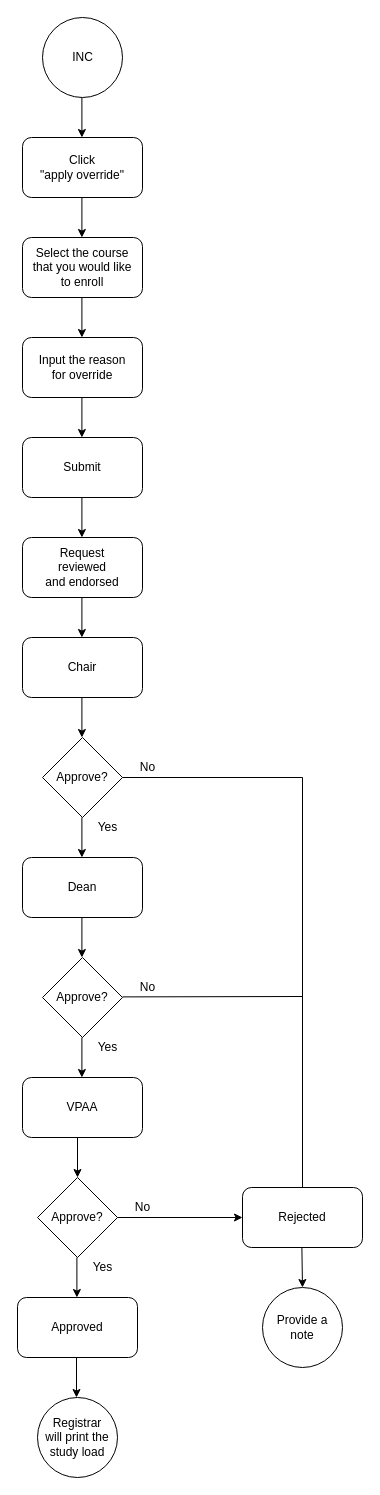
Earlier version of the draw.io diagram Untitled Diagram.drawio (marfapepito/AudiBook). Source tidied: cells renumbered, new cells numbered last; positions are measured from the earlier drawing's top-left corner, leaving out a move shared by most shapes. Both pictures are drawn from the tidied source at 100%, with x=0, y=0 at pixel (17, 17).
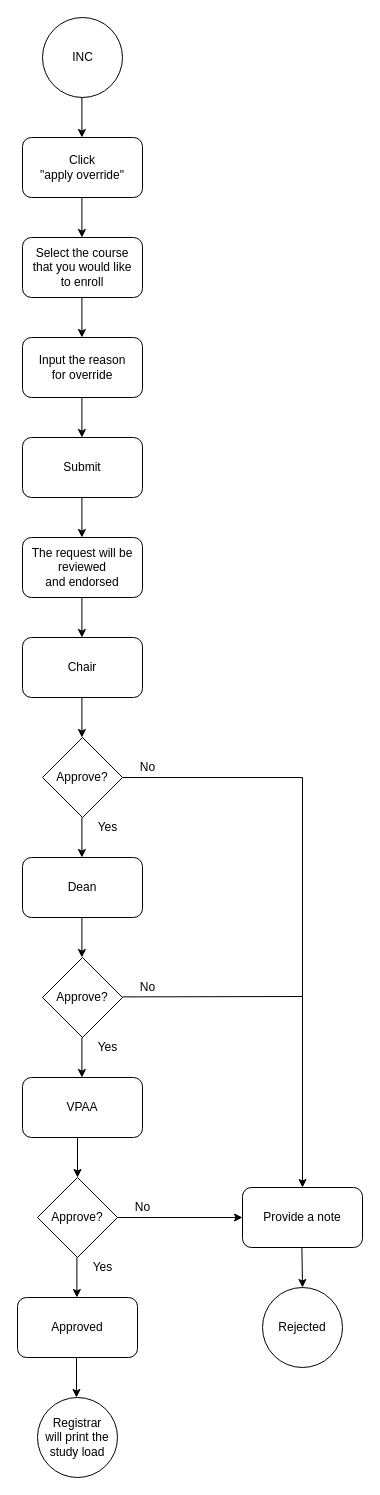
The same diagram, later.

The edit, as a diff of the source:
```diff
@@
-    <mxCell id="15" value="&lt;span&gt;Request&lt;/span&gt;&lt;br&gt;&lt;span&gt;reviewed&lt;/span&gt;&lt;br&gt;&lt;span&gt;and endorsed&lt;/span&gt;" style="rounded=1;whiteSpace=wrap;html=1;" parent="1" vertex="1">
+    <mxCell id="15" value="&lt;span&gt;The request will be&lt;/span&gt;&lt;br&gt;&lt;span&gt;reviewed&lt;/span&gt;&lt;br&gt;&lt;span&gt;and endorsed&lt;/span&gt;" style="rounded=1;whiteSpace=wrap;html=1;" parent="1" vertex="1">
       <mxGeometry x="5" y="520" width="120" height="60" as="geometry" />
     </mxCell>
@@
-    <mxCell id="30" value="Rejected" style="rounded=1;whiteSpace=wrap;html=1;" parent="1" vertex="1">
+    <mxCell id="30" value="Provide a note" style="rounded=1;whiteSpace=wrap;html=1;" parent="1" vertex="1">
       <mxGeometry x="225" y="1170" width="120" height="60" as="geometry" />
     </mxCell>
-    <mxCell id="31" value="Provide a&lt;br&gt;note" style="ellipse;whiteSpace=wrap;html=1;" parent="1" vertex="1">
+    <mxCell id="31" value="Rejected" style="ellipse;whiteSpace=wrap;html=1;" parent="1" vertex="1">
       <mxGeometry x="245" y="1270" width="80" height="80" as="geometry" />
     </mxCell>
@@
-    <mxCell id="40" style="endArrow=none;html=1;rounded=0;" parent="1" edge="1">
-      <mxGeometry relative="1" as="geometry">
-        <mxPoint x="285" y="1170" as="sourcePoint" />
-        <mxPoint x="285" y="760" as="targetPoint" />
-      </mxGeometry>
-    </mxCell>
@@
+    <mxCell id="43" style="endArrow=classic;html=1;rounded=0;entryX=0.5;entryY=0;entryDx=0;entryDy=0;" parent="1" edge="1" target="30">
+      <mxGeometry relative="1" as="geometry">
+        <mxPoint x="285" y="760" as="sourcePoint" />
+      </mxGeometry>
+    </mxCell>
```
